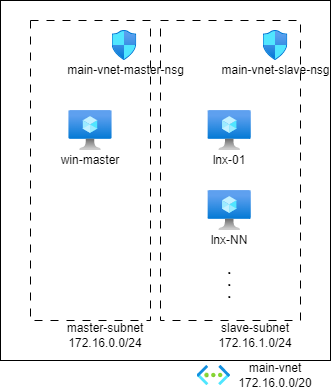
Above: docs/spec.png in akinaritsugo/sample-jmeter-multi-exec (draw.io), before the change. Source tidied: cells renumbered, new cells last; positions are measured from the earlier drawing's top-left corner, leaving out a move shared by most shapes. The source it was exported from:
```xml
<mxGraphModel>
  <root>
    <mxCell id="0" />
    <mxCell id="1" parent="0" />
    <mxCell id="2" style="rounded=0;whiteSpace=wrap;html=1;" parent="1" vertex="1">
      <mxGeometry width="330" height="360" as="geometry" />
    </mxCell>
    <mxCell id="3" value="main-vnet&lt;br&gt;172.16.0.0/20" style="text;html=1;strokeColor=none;fillColor=none;align=center;verticalAlign=middle;whiteSpace=wrap;rounded=0;dashed=1;dashPattern=8 8;" parent="1" vertex="1">
      <mxGeometry x="230" y="360" width="90" height="30" as="geometry" />
    </mxCell>
    <mxCell id="4" value="master-subnet&lt;br&gt;172.16.0.0/24" style="text;html=1;strokeColor=none;fillColor=none;align=center;verticalAlign=middle;whiteSpace=wrap;rounded=0;dashed=1;dashPattern=8 8;" parent="1" vertex="1">
      <mxGeometry x="60" y="320" width="90" height="30" as="geometry" />
    </mxCell>
    <mxCell id="5" style="html=1;align=center;image;fontSize=12;image=img/lib/azure2/networking/Virtual_Networks.svg;dashed=1;dashPattern=8 8;" parent="1" vertex="1">
      <mxGeometry x="196.5" y="365" width="33.5" height="20" as="geometry" />
    </mxCell>
    <mxCell id="6" style="rounded=0;whiteSpace=wrap;html=1;dashed=1;dashPattern=8 8;" parent="1" vertex="1">
      <mxGeometry x="30" y="20" width="120" height="300" as="geometry" />
    </mxCell>
    <mxCell id="7" style="html=1;align=center;image;fontSize=12;image=img/lib/azure2/compute/Virtual_Machine.svg;dashed=1;dashPattern=8 8;" parent="1" vertex="1">
      <mxGeometry x="68.4" y="110" width="43.1" height="40" as="geometry" />
    </mxCell>
    <mxCell id="8" value="win-master" style="text;html=1;strokeColor=none;fillColor=none;align=center;verticalAlign=middle;whiteSpace=wrap;rounded=0;dashed=1;dashPattern=8 8;" parent="1" vertex="1">
      <mxGeometry x="55" y="150" width="70" height="20" as="geometry" />
    </mxCell>
    <mxCell id="9" style="rounded=0;whiteSpace=wrap;html=1;dashed=1;dashPattern=8 8;" parent="1" vertex="1">
      <mxGeometry x="160" y="20" width="140" height="300" as="geometry" />
    </mxCell>
    <mxCell id="10" style="html=1;align=center;image;fontSize=12;image=img/lib/azure2/compute/Virtual_Machine.svg;dashed=1;dashPattern=8 8;" parent="1" vertex="1">
      <mxGeometry x="207.6" y="110" width="43.1" height="40" as="geometry" />
    </mxCell>
    <mxCell id="11" value="lnx-01" style="text;html=1;strokeColor=none;fillColor=none;align=center;verticalAlign=middle;whiteSpace=wrap;rounded=0;dashed=1;dashPattern=8 8;" parent="1" vertex="1">
      <mxGeometry x="199.2" y="150" width="60" height="20" as="geometry" />
    </mxCell>
    <mxCell id="12" value="lnx-NN" style="text;html=1;strokeColor=none;fillColor=none;align=center;verticalAlign=middle;whiteSpace=wrap;rounded=0;dashed=1;dashPattern=8 8;" parent="1" vertex="1">
      <mxGeometry x="199.2" y="230" width="60" height="20" as="geometry" />
    </mxCell>
    <mxCell id="13" style="html=1;align=center;image;fontSize=12;image=img/lib/azure2/compute/Virtual_Machine.svg;dashed=1;dashPattern=8 8;" parent="1" vertex="1">
      <mxGeometry x="207.6" y="190" width="43.1" height="40" as="geometry" />
    </mxCell>
    <mxCell id="14" value="・・・" style="text;html=1;strokeColor=none;fillColor=none;align=center;verticalAlign=middle;whiteSpace=wrap;rounded=0;dashed=1;dashPattern=8 8;direction=east;rotation=90;" parent="1" vertex="1">
      <mxGeometry x="204.2" y="270" width="50" height="30" as="geometry" />
    </mxCell>
    <mxCell id="15" style="html=1;align=center;image;fontSize=12;image=img/lib/azure2/networking/Network_Security_Groups.svg;dashed=1;dashPattern=8 8;" parent="1" vertex="1">
      <mxGeometry x="262.6" y="30" width="24.7" height="30" as="geometry" />
    </mxCell>
    <mxCell id="16" value="slave-subnet&lt;br&gt;172.16.1.0/24" style="text;html=1;strokeColor=none;fillColor=none;align=center;verticalAlign=middle;whiteSpace=wrap;rounded=0;dashed=1;dashPattern=8 8;" parent="1" vertex="1">
      <mxGeometry x="210" y="320" width="90" height="30" as="geometry" />
    </mxCell>
    <mxCell id="17" style="html=1;align=center;image;fontSize=12;image=img/lib/azure2/networking/Network_Security_Groups.svg;dashed=1;dashPattern=8 8;" parent="1" vertex="1">
      <mxGeometry x="111.6" y="30" width="24.7" height="30" as="geometry" />
    </mxCell>
    <mxCell id="18" value="main-vnet-master-nsg" style="text;html=1;strokeColor=none;fillColor=none;align=center;verticalAlign=middle;rounded=0;dashed=1;dashPattern=8 8;" parent="1" vertex="1">
      <mxGeometry x="90" y="60" width="70" height="20" as="geometry" />
    </mxCell>
    <mxCell id="19" value="main-vnet-slave-nsg" style="text;html=1;strokeColor=none;fillColor=none;align=center;verticalAlign=middle;rounded=0;dashed=1;dashPattern=8 8;" parent="1" vertex="1">
      <mxGeometry x="240" y="60" width="70" height="20" as="geometry" />
    </mxCell>
  </root>
</mxGraphModel>
```
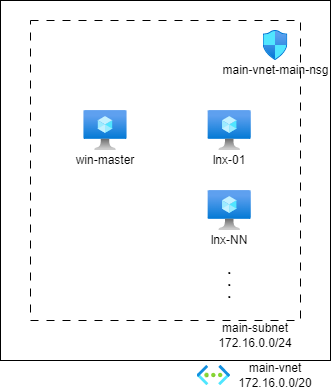
The same file after the commit.

Diff of the diagram source:
```diff
@@ -8,24 +8,21 @@
     <mxCell id="3" value="main-vnet&lt;br&gt;172.16.0.0/20" style="text;html=1;strokeColor=none;fillColor=none;align=center;verticalAlign=middle;whiteSpace=wrap;rounded=0;dashed=1;dashPattern=8 8;" parent="1" vertex="1">
       <mxGeometry x="230" y="360" width="90" height="30" as="geometry" />
     </mxCell>
-    <mxCell id="4" value="master-subnet&lt;br&gt;172.16.0.0/24" style="text;html=1;strokeColor=none;fillColor=none;align=center;verticalAlign=middle;whiteSpace=wrap;rounded=0;dashed=1;dashPattern=8 8;" parent="1" vertex="1">
-      <mxGeometry x="60" y="320" width="90" height="30" as="geometry" />
+    <mxCell id="4" value="main-subnet&lt;br&gt;172.16.0.0/24" style="text;html=1;strokeColor=none;fillColor=none;align=center;verticalAlign=middle;whiteSpace=wrap;rounded=0;dashed=1;dashPattern=8 8;" parent="1" vertex="1">
+      <mxGeometry x="210" y="320" width="90" height="30" as="geometry" />
     </mxCell>
     <mxCell id="5" style="html=1;align=center;image;fontSize=12;image=img/lib/azure2/networking/Virtual_Networks.svg;dashed=1;dashPattern=8 8;" parent="1" vertex="1">
       <mxGeometry x="196.5" y="365" width="33.5" height="20" as="geometry" />
     </mxCell>
     <mxCell id="6" style="rounded=0;whiteSpace=wrap;html=1;dashed=1;dashPattern=8 8;" parent="1" vertex="1">
-      <mxGeometry x="30" y="20" width="120" height="300" as="geometry" />
+      <mxGeometry x="30" y="20" width="270" height="300" as="geometry" />
     </mxCell>
     <mxCell id="7" style="html=1;align=center;image;fontSize=12;image=img/lib/azure2/compute/Virtual_Machine.svg;dashed=1;dashPattern=8 8;" parent="1" vertex="1">
-      <mxGeometry x="68.4" y="110" width="43.1" height="40" as="geometry" />
+      <mxGeometry x="83.4" y="110" width="43.1" height="40" as="geometry" />
     </mxCell>
     <mxCell id="8" value="win-master" style="text;html=1;strokeColor=none;fillColor=none;align=center;verticalAlign=middle;whiteSpace=wrap;rounded=0;dashed=1;dashPattern=8 8;" parent="1" vertex="1">
-      <mxGeometry x="55" y="150" width="70" height="20" as="geometry" />
+      <mxGeometry x="70" y="150" width="70" height="20" as="geometry" />
     </mxCell>
-    <mxCell id="9" style="rounded=0;whiteSpace=wrap;html=1;dashed=1;dashPattern=8 8;" parent="1" vertex="1">
-      <mxGeometry x="160" y="20" width="140" height="300" as="geometry" />
-    </mxCell>
     <mxCell id="10" style="html=1;align=center;image;fontSize=12;image=img/lib/azure2/compute/Virtual_Machine.svg;dashed=1;dashPattern=8 8;" parent="1" vertex="1">
       <mxGeometry x="207.6" y="110" width="43.1" height="40" as="geometry" />
     </mxCell>
@@ -44,16 +41,7 @@
     <mxCell id="15" style="html=1;align=center;image;fontSize=12;image=img/lib/azure2/networking/Network_Security_Groups.svg;dashed=1;dashPattern=8 8;" parent="1" vertex="1">
       <mxGeometry x="262.6" y="30" width="24.7" height="30" as="geometry" />
     </mxCell>
-    <mxCell id="16" value="slave-subnet&lt;br&gt;172.16.1.0/24" style="text;html=1;strokeColor=none;fillColor=none;align=center;verticalAlign=middle;whiteSpace=wrap;rounded=0;dashed=1;dashPattern=8 8;" parent="1" vertex="1">
-      <mxGeometry x="210" y="320" width="90" height="30" as="geometry" />
-    </mxCell>
-    <mxCell id="17" style="html=1;align=center;image;fontSize=12;image=img/lib/azure2/networking/Network_Security_Groups.svg;dashed=1;dashPattern=8 8;" parent="1" vertex="1">
-      <mxGeometry x="111.6" y="30" width="24.7" height="30" as="geometry" />
-    </mxCell>
-    <mxCell id="18" value="main-vnet-master-nsg" style="text;html=1;strokeColor=none;fillColor=none;align=center;verticalAlign=middle;rounded=0;dashed=1;dashPattern=8 8;" parent="1" vertex="1">
-      <mxGeometry x="90" y="60" width="70" height="20" as="geometry" />
-    </mxCell>
-    <mxCell id="19" value="main-vnet-slave-nsg" style="text;html=1;strokeColor=none;fillColor=none;align=center;verticalAlign=middle;rounded=0;dashed=1;dashPattern=8 8;" parent="1" vertex="1">
+    <mxCell id="19" value="main-vnet-main-nsg" style="text;html=1;strokeColor=none;fillColor=none;align=center;verticalAlign=middle;rounded=0;dashed=1;dashPattern=8 8;" parent="1" vertex="1">
       <mxGeometry x="240" y="60" width="70" height="20" as="geometry" />
     </mxCell>
   </root>
```
